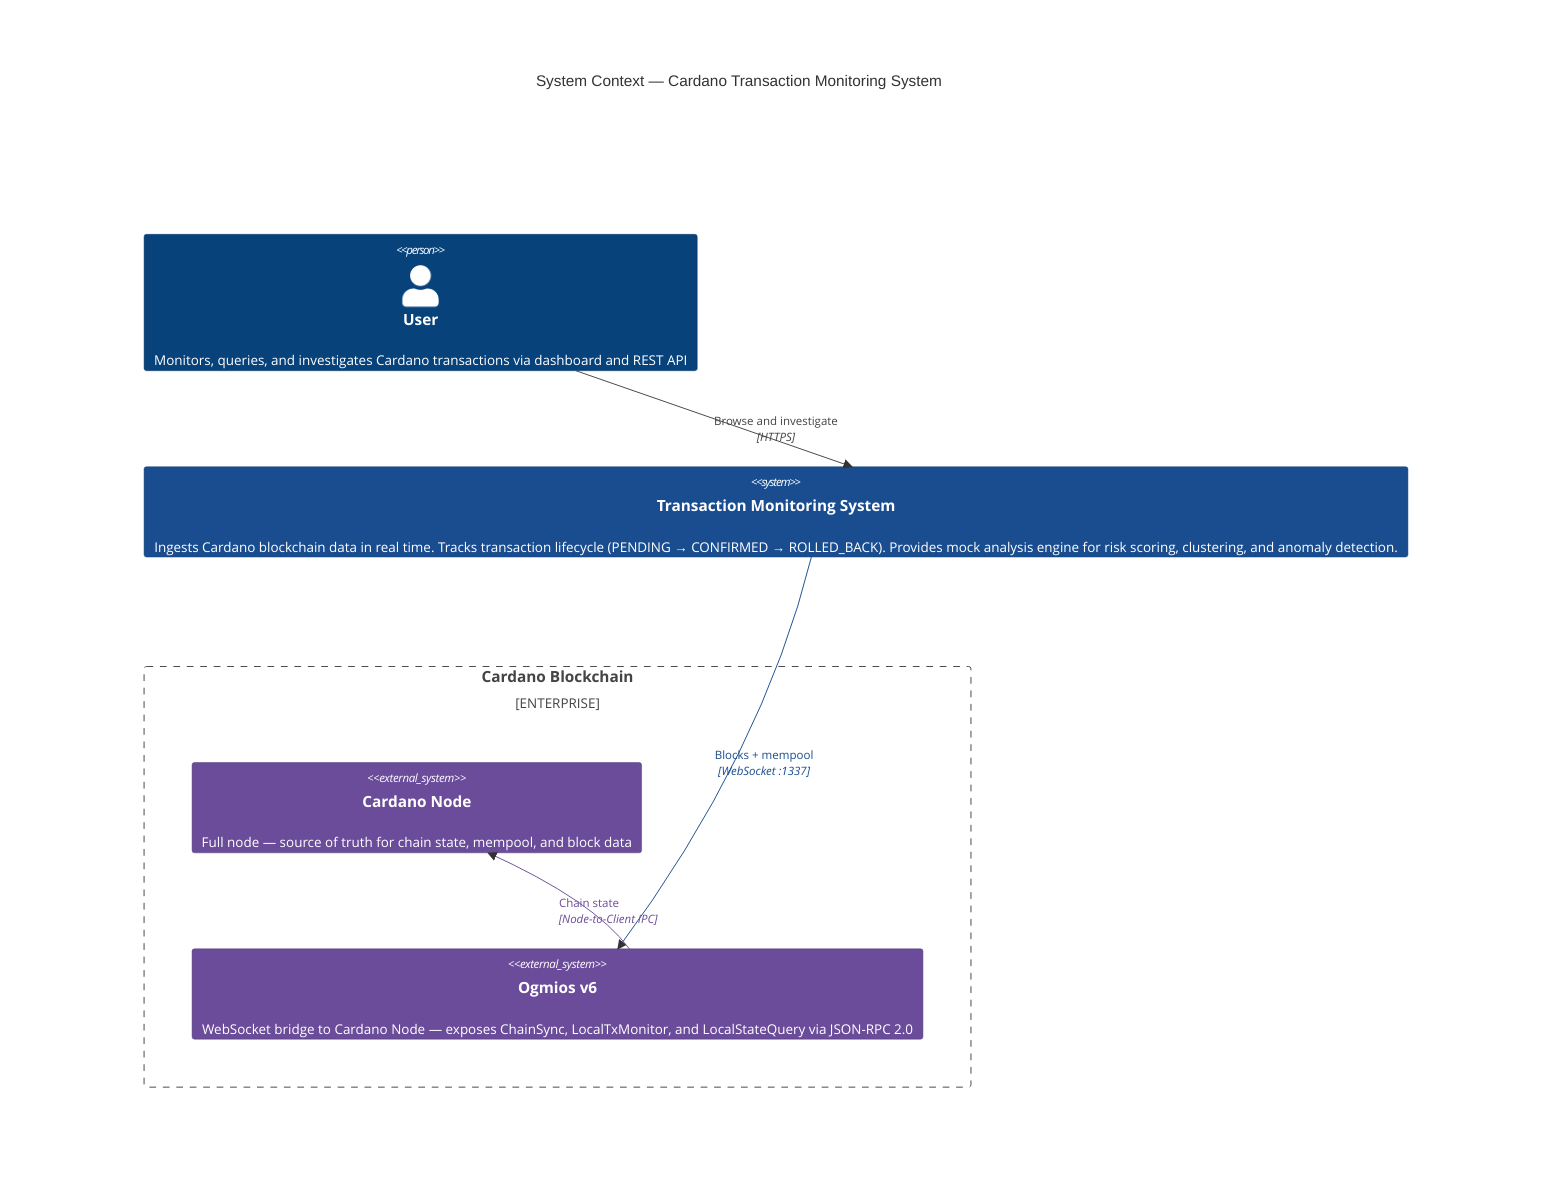
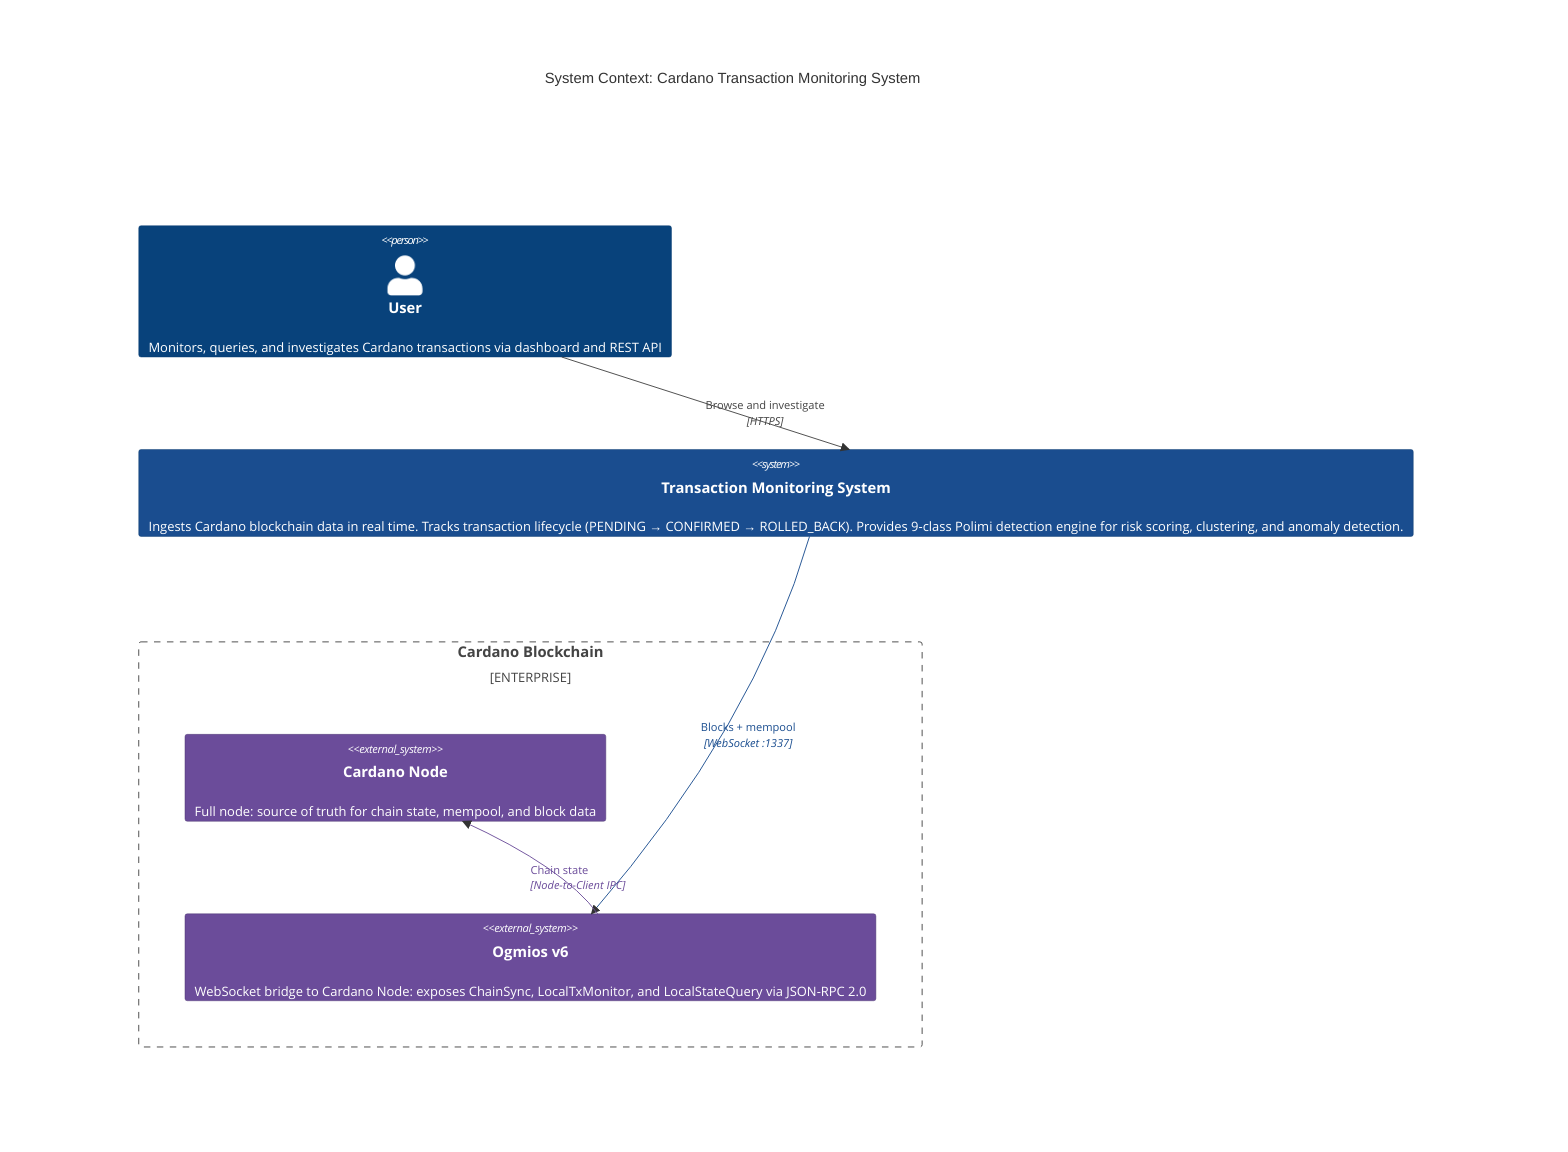
C4Context
-     title System Context — Cardano Transaction Monitoring System
+     title System Context: Cardano Transaction Monitoring System

    Person(user, "User", "Monitors, queries, and investigates Cardano transactions via dashboard and REST API")

-     System(tms, "Transaction Monitoring System", "Ingests Cardano blockchain data in real time. Tracks transaction lifecycle (PENDING → CONFIRMED → ROLLED_BACK). Provides mock analysis engine for risk scoring, clustering, and anomaly detection.")
+     System(tms, "Transaction Monitoring System", "Ingests Cardano blockchain data in real time. Tracks transaction lifecycle (PENDING → CONFIRMED → ROLLED_BACK). Provides 9-class Polimi detection engine for risk scoring, clustering, and anomaly detection.")

    Enterprise_Boundary(blockchain, "Cardano Blockchain") {
-         System_Ext(cardano_node, "Cardano Node", "Full node — source of truth for chain state, mempool, and block data")
-         System_Ext(ogmios, "Ogmios v6", "WebSocket bridge to Cardano Node — exposes ChainSync, LocalTxMonitor, and LocalStateQuery via JSON-RPC 2.0")
+         System_Ext(cardano_node, "Cardano Node", "Full node: source of truth for chain state, mempool, and block data")
+         System_Ext(ogmios, "Ogmios v6", "WebSocket bridge to Cardano Node: exposes ChainSync, LocalTxMonitor, and LocalStateQuery via JSON-RPC 2.0")
    }

    Rel(user, tms, "Browse and investigate", "HTTPS")
    Rel(tms, ogmios, "Blocks + mempool", "WebSocket :1337")
    Rel(ogmios, cardano_node, "Chain state", "Node-to-Client IPC")

    UpdateElementStyle(tms, $fontColor="white", $bgColor="#1a4d8f", $borderColor="#0d3b6e")
    UpdateElementStyle(ogmios, $fontColor="white", $bgColor="#6b4c9a", $borderColor="#4a3570")
    UpdateElementStyle(cardano_node, $fontColor="white", $bgColor="#6b4c9a", $borderColor="#4a3570")
    UpdateRelStyle(tms, ogmios, $textColor="#1a4d8f", $lineColor="#1a4d8f")
    UpdateRelStyle(ogmios, cardano_node, $textColor="#6b4c9a", $lineColor="#6b4c9a")
